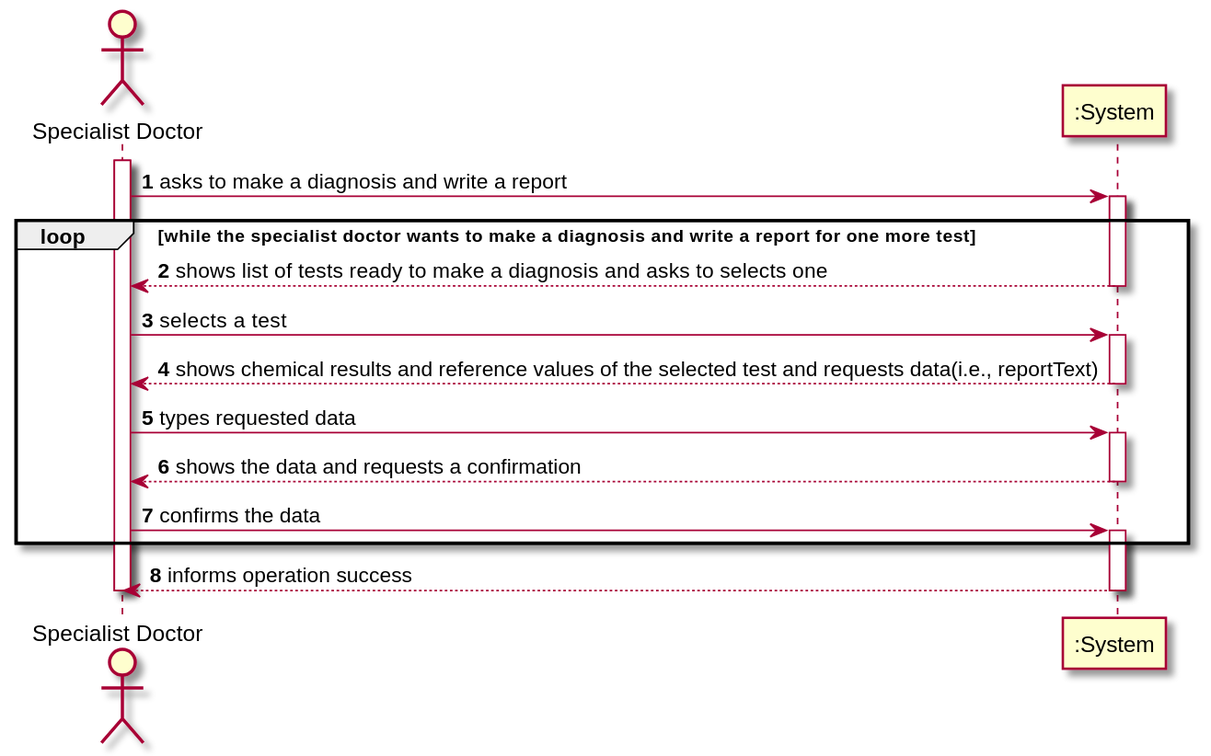
Earlier version of the PlantUML export docs/SprintC/US_14/US014_SSD.svg (ana-albergaria/LAPR2-ISEP).
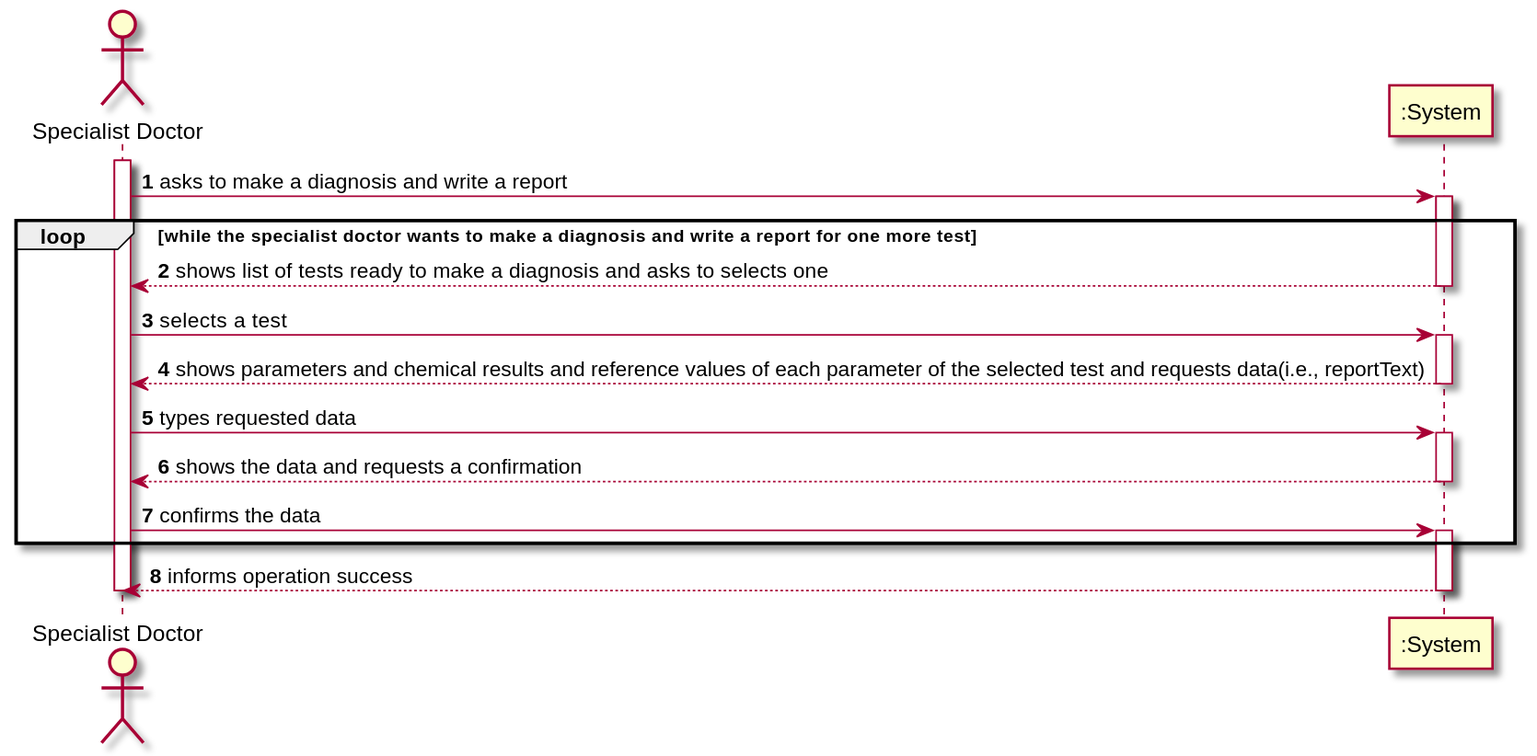
After the commit.

What changed in the source:
```diff
@@ -11,7 +11,7 @@
 
 SpDt-> ":System" : selects a test
 activate ":System"
-":System" --> SpDt : shows chemical results and reference values of the selected test and requests data(i.e., reportText)
+":System" --> SpDt : shows parameters and chemical results and reference values of each parameter of the selected test and requests data(i.e., reportText)
 deactivate ":System"
 
 SpDt-> ":System" : types requested data
```
